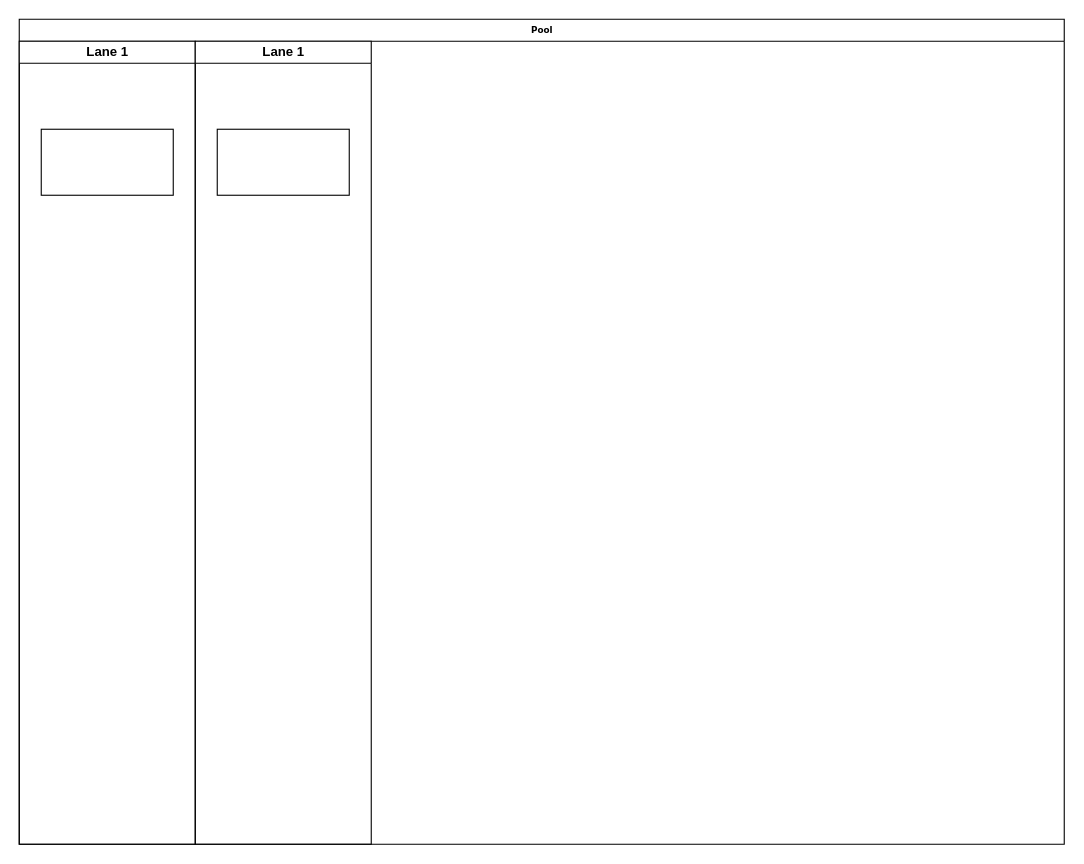
Earlier version of the draw.io diagram 未命名绘图.drawio (fuyifang/StudyDemo). Source tidied: cells renumbered, new cells numbered last; positions are measured from the earlier drawing's top-left corner, leaving out a move shared by most shapes. Both pictures are drawn from the tidied source at 110%, with x=0, y=0 at pixel (19, 19).
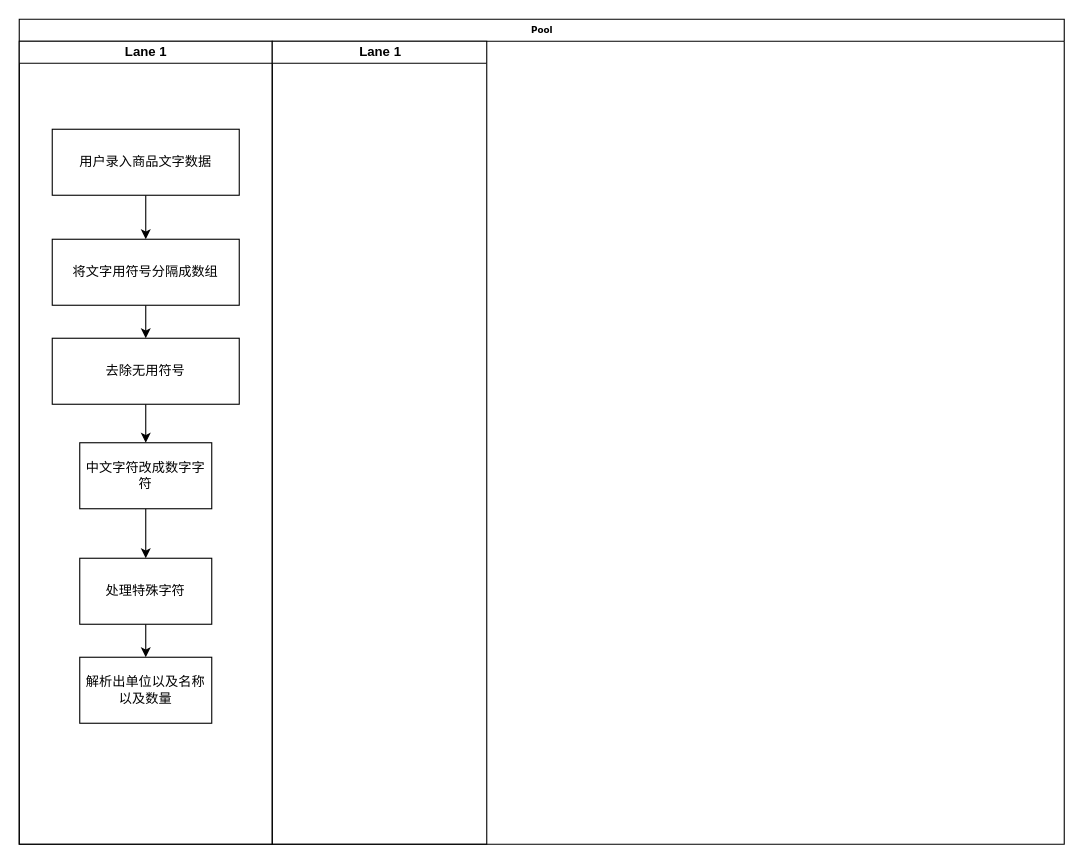
The same page after the edit.

Commit message:
更新未命名绘图.drawio

The edit, as a diff of the source:
```diff
@@
 <mxGraphModel>
   <root>
     <mxCell id="0" />
     <mxCell id="1" parent="0" />
     <mxCell id="2" value="Pool" style="swimlane;html=1;startSize=20;rounded=0;shadow=0;labelBackgroundColor=none;strokeWidth=1;fontFamily=Verdana;fontSize=8;align=center;" parent="1" vertex="1">
       <mxGeometry width="950" height="750" as="geometry" />
     </mxCell>
     <mxCell id="3" value="Lane 1" style="swimlane;html=1;startSize=20;" parent="2" vertex="1">
-      <mxGeometry y="20" width="160" height="730" as="geometry" />
+      <mxGeometry y="20" width="230" height="730" as="geometry" />
     </mxCell>
+    <mxCell id="7" style="edgeStyle=orthogonalEdgeStyle;rounded=0;jettySize=auto;html=1;" parent="3" edge="1" source="4" target="9">
+      <mxGeometry relative="1" as="geometry" />
+    </mxCell>
-    <mxCell id="4" style="rounded=0;whiteSpace=wrap;html=1;" parent="3" vertex="1">
-      <mxGeometry x="20" y="80" width="120" height="60" as="geometry" />
+    <mxCell id="4" value="用户录入商品文字数据" style="rounded=0;whiteSpace=wrap;html=1;" parent="3" vertex="1">
+      <mxGeometry x="30" y="80" width="170" height="60" as="geometry" />
     </mxCell>
+    <mxCell id="8" style="edgeStyle=orthogonalEdgeStyle;rounded=0;jettySize=auto;html=1;" parent="3" edge="1" source="9" target="11">
+      <mxGeometry relative="1" as="geometry" />
+    </mxCell>
+    <mxCell id="9" value="将文字用符号分隔成数组" style="rounded=0;whiteSpace=wrap;html=1;" parent="3" vertex="1">
+      <mxGeometry x="30" y="180" width="170" height="60" as="geometry" />
+    </mxCell>
+    <mxCell id="10" style="edgeStyle=orthogonalEdgeStyle;rounded=0;jettySize=auto;html=1;" parent="3" edge="1" source="11" target="13">
+      <mxGeometry relative="1" as="geometry" />
+    </mxCell>
+    <mxCell id="11" value="去除无用符号" style="rounded=0;whiteSpace=wrap;html=1;" parent="3" vertex="1">
+      <mxGeometry x="30" y="270" width="170" height="60" as="geometry" />
+    </mxCell>
+    <mxCell id="12" style="edgeStyle=orthogonalEdgeStyle;rounded=0;jettySize=auto;html=1;" parent="3" edge="1" source="13" target="15">
+      <mxGeometry relative="1" as="geometry" />
+    </mxCell>
+    <mxCell id="13" value="中文字符改成数字字符" style="rounded=0;whiteSpace=wrap;html=1;" parent="3" vertex="1">
+      <mxGeometry x="55" y="365" width="120" height="60" as="geometry" />
+    </mxCell>
+    <mxCell id="14" style="edgeStyle=orthogonalEdgeStyle;rounded=0;jettySize=auto;html=1;" parent="3" edge="1" source="15" target="16">
+      <mxGeometry relative="1" as="geometry" />
+    </mxCell>
+    <mxCell id="15" value="处理特殊字符" style="rounded=0;whiteSpace=wrap;html=1;" parent="3" vertex="1">
+      <mxGeometry x="55" y="470" width="120" height="60" as="geometry" />
+    </mxCell>
+    <mxCell id="16" value="解析出单位以及名称以及数量" style="rounded=0;whiteSpace=wrap;html=1;" parent="3" vertex="1">
+      <mxGeometry x="55" y="560" width="120" height="60" as="geometry" />
+    </mxCell>
     <mxCell id="5" value="Lane 1" style="swimlane;html=1;startSize=20;" parent="2" vertex="1">
-      <mxGeometry x="160" y="20" width="160" height="730" as="geometry" />
+      <mxGeometry x="230" y="20" width="195" height="730" as="geometry" />
     </mxCell>
-    <mxCell id="6" style="rounded=0;whiteSpace=wrap;html=1;" parent="5" vertex="1">
-      <mxGeometry x="20" y="80" width="120" height="60" as="geometry" />
-    </mxCell>
   </root>
 </mxGraphModel>
```
